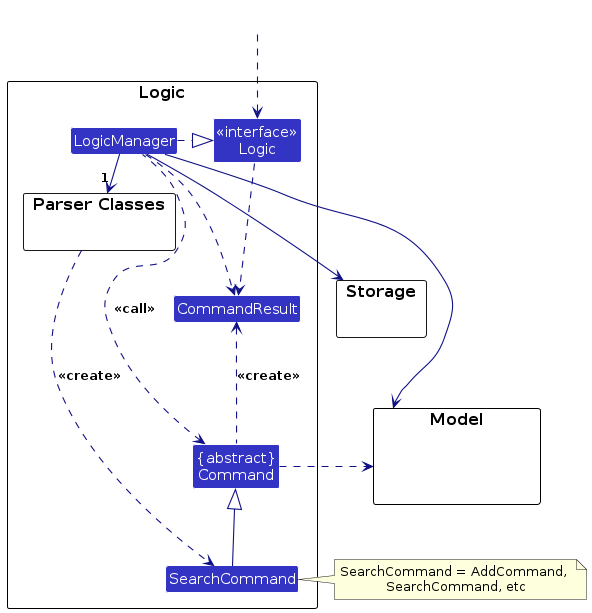
Before: diagrams/LogicClassDiagram.png, a diagram exported from PlantUML (ChinZJ/tp). Its source is kept beside it as diagrams/LogicClassDiagram.puml.
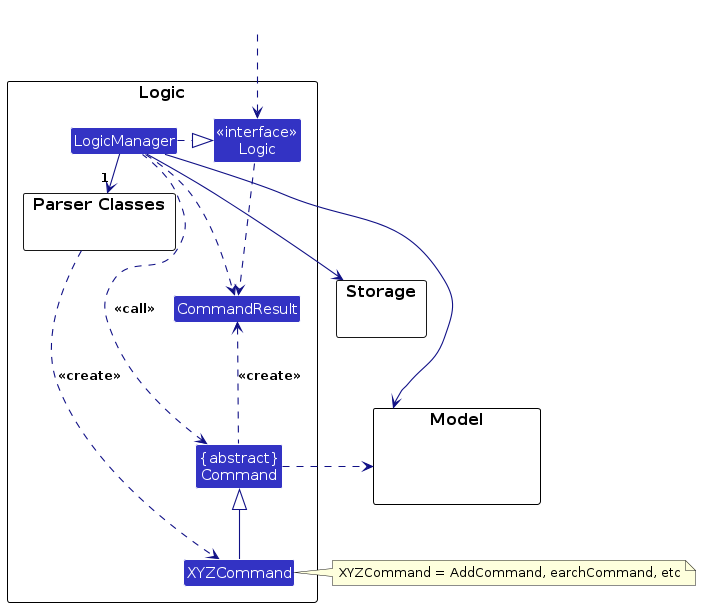
Above is the later version.

Change to the diagram source:
```diff
@@ -6,32 +6,31 @@
 
 package Logic as LogicPackage {
 
-    package "Parser Classes" as ParserClasses {
-    }
+package "Parser Classes" as ParserClasses{
+}
+Class XYZCommand
+Class CommandResult
+Class "{abstract}\nCommand" as Command
 
-    Class SearchCommand
-    Class CommandResult
-    Class "{abstract}\nCommand" as Command
 
-    Class "<<interface>>\nLogic" as Logic
-    Class LogicManager
+Class "<<interface>>\nLogic" as Logic
+Class LogicManager
 }
 
 package Model {
-    Class HiddenModel #FFFFFF
+Class HiddenModel #FFFFFF
 }
 
 package Storage {
 }
-
 Class HiddenOutside #FFFFFF
 HiddenOutside ..> Logic
 
 LogicManager .right.|> Logic
-LogicManager -right-> "1" ParserClasses
-ParserClasses ..> SearchCommand : <<create>>
+LogicManager -right->"1" ParserClasses
+ParserClasses ..> XYZCommand : <<create>>
 
-SearchCommand -up-|> Command
+XYZCommand -up-|> Command
 LogicManager .left.> Command : <<call>>
 
 LogicManager --> Model
@@ -39,8 +38,7 @@
 Storage --[hidden] Model
 Command .[hidden]up.> Storage
 Command .right.> Model
-
-note right of SearchCommand: SearchCommand = AddCommand, \nSearchCommand, etc
+note right of XYZCommand: XYZCommand = AddCommand, \SearchCommand, etc
 
 Logic ..> CommandResult
 LogicManager .down.> CommandResult
```
